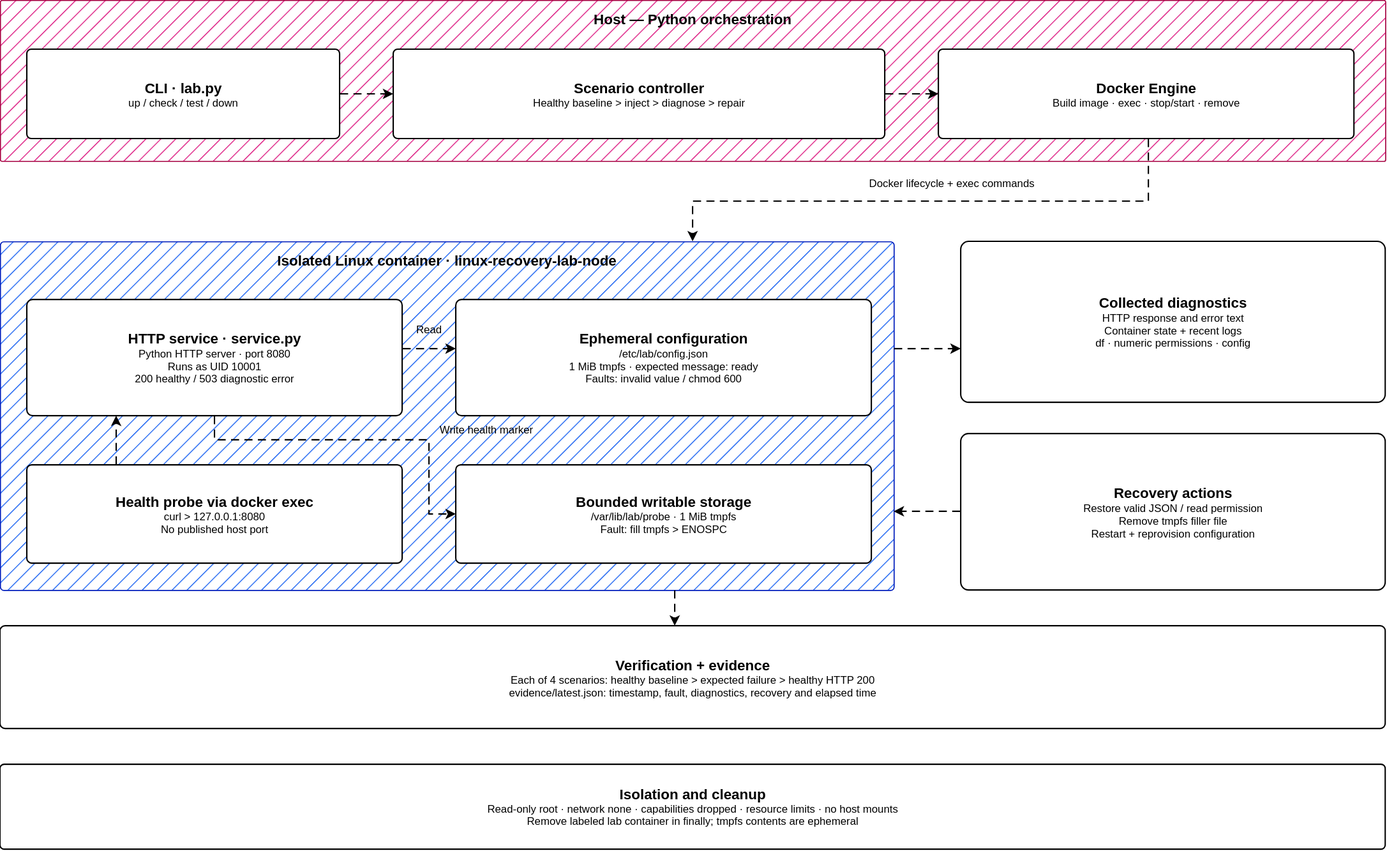
Before: docs/architecture.svg, a diagram exported from draw.io (xenonnn4w/linux-recovery-lab). Source tidied: cells renumbered, new cells last; positions are measured from the earlier drawing's top-left corner, leaving out a move shared by most shapes.
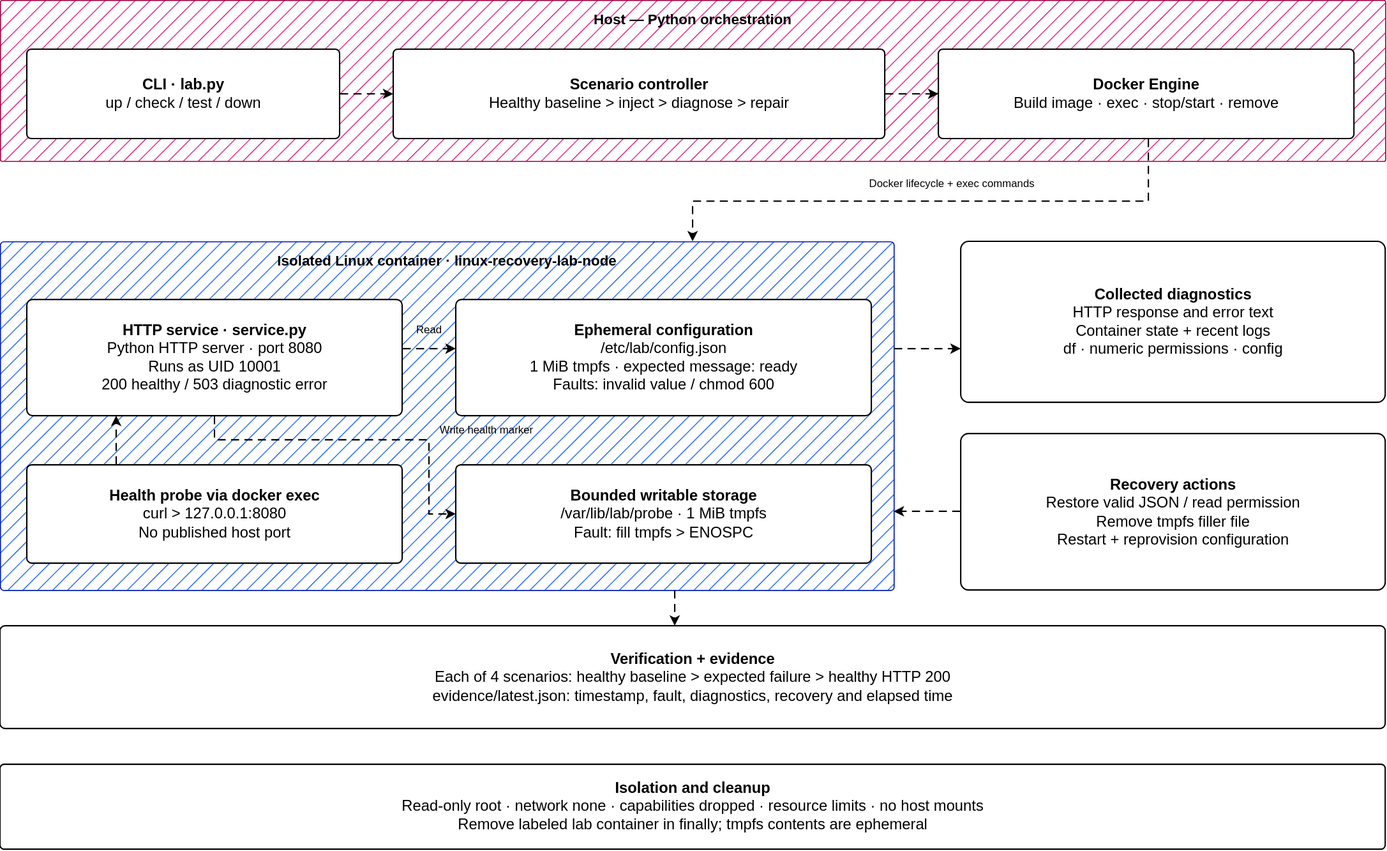
The same diagram one commit later.

Commit message:
docs: refresh Linux architecture diagram

The edit, as a diff of the source:
```diff
@@ -8,13 +8,13 @@
     <mxCell id="3" value="Host — Python orchestration" style="text;html=0;whiteSpace=wrap;verticalAlign=middle;align=center;fontStyle=1;fontFamily=Helvetica;fontColor=#000000;fontSize=16;" parent="1" vertex="1">
       <mxGeometry y="6" width="1550" height="30" as="geometry" />
     </mxCell>
-    <mxCell id="4" value="&lt;b style='font-size:16px'&gt;CLI · lab.py&lt;/b&gt;&lt;br&gt;up  /  check  /  test  /  down" style="rounded=1;arcSize=5;whiteSpace=wrap;html=1;fontFamily=Helvetica;fontColor=#000000;strokeColor=#000000;strokeWidth=1.5;fontSize=12;fillColor=#FFFFFF;lineHeight=1.5;" parent="1" vertex="1">
+    <mxCell id="4" value="&lt;font style=&quot;font-size: 17px;&quot;&gt;&lt;b style=&quot;&quot;&gt;CLI · lab.py&lt;/b&gt;&lt;br&gt;up  /  check  /  test  /  down&lt;/font&gt;" style="rounded=1;arcSize=5;whiteSpace=wrap;html=1;fontFamily=Helvetica;fontColor=#000000;strokeColor=#000000;strokeWidth=1.5;fontSize=12;fillColor=#FFFFFF;lineHeight=1.5;" parent="1" vertex="1">
       <mxGeometry x="30" y="55" width="350" height="100" as="geometry" />
     </mxCell>
-    <mxCell id="5" value="&lt;b style='font-size:16px'&gt;Scenario controller&lt;/b&gt;&lt;br&gt;Healthy baseline  &gt;  inject  &gt;  diagnose  &gt;  repair" style="rounded=1;arcSize=5;whiteSpace=wrap;html=1;fontFamily=Helvetica;fontColor=#000000;strokeColor=#000000;strokeWidth=1.5;fontSize=12;fillColor=#FFFFFF;lineHeight=1.5;" parent="1" vertex="1">
+    <mxCell id="5" value="&lt;font style=&quot;font-size: 17px;&quot;&gt;&lt;b style=&quot;&quot;&gt;Scenario controller&lt;/b&gt;&lt;br&gt;Healthy baseline  &amp;gt;  inject  &amp;gt;  diagnose  &amp;gt;  repair&lt;/font&gt;" style="rounded=1;arcSize=5;whiteSpace=wrap;html=1;fontFamily=Helvetica;fontColor=#000000;strokeColor=#000000;strokeWidth=1.5;fontSize=12;fillColor=#FFFFFF;lineHeight=1.5;" parent="1" vertex="1">
       <mxGeometry x="440" y="55" width="550" height="100" as="geometry" />
     </mxCell>
-    <mxCell id="6" value="&lt;b style='font-size:16px'&gt;Docker Engine&lt;/b&gt;&lt;br&gt;Build image · exec · stop/start · remove" style="rounded=1;arcSize=5;whiteSpace=wrap;html=1;fontFamily=Helvetica;fontColor=#000000;strokeColor=#000000;strokeWidth=1.5;fontSize=12;fillColor=#FFFFFF;lineHeight=1.5;" parent="1" vertex="1">
+    <mxCell id="6" value="&lt;font style=&quot;font-size: 17px;&quot;&gt;&lt;b style=&quot;&quot;&gt;Docker Engine&lt;/b&gt;&lt;br&gt;Build image · exec · stop/start · remove&lt;/font&gt;" style="rounded=1;arcSize=5;whiteSpace=wrap;html=1;fontFamily=Helvetica;fontColor=#000000;strokeColor=#000000;strokeWidth=1.5;fontSize=12;fillColor=#FFFFFF;lineHeight=1.5;" parent="1" vertex="1">
       <mxGeometry x="1050" y="55" width="465" height="100" as="geometry" />
     </mxCell>
     <mxCell id="7" style="edgeStyle=orthogonalEdgeStyle;rounded=0;html=1;endArrow=classic;endSize=7;strokeColor=#000000;strokeWidth=1.5;dashed=1;dashPattern=6 4;flowAnimation=1;exitX=1.00000;exitY=0.50000;exitDx=0;exitDy=0;exitPerimeter=0;entryX=0.00000;entryY=0.50000;entryDx=0;entryDy=0;entryPerimeter=0;" parent="1" edge="1" source="4" target="5">
@@ -32,16 +32,16 @@
     <mxCell id="11" value="Isolated Linux container · linux-recovery-lab-node" style="text;html=0;whiteSpace=wrap;verticalAlign=middle;align=center;fontStyle=1;fontFamily=Helvetica;fontColor=#000000;fontSize=16;" parent="1" vertex="1">
       <mxGeometry y="276" width="1000" height="30" as="geometry" />
     </mxCell>
-    <mxCell id="12" value="&lt;b style='font-size:16px'&gt;HTTP service · service.py&lt;/b&gt;&lt;br&gt;Python HTTP server · port 8080&lt;br&gt;Runs as UID 10001&lt;br&gt;200 healthy / 503 diagnostic error" style="rounded=1;arcSize=5;whiteSpace=wrap;html=1;fontFamily=Helvetica;fontColor=#000000;strokeColor=#000000;strokeWidth=1.5;fontSize=12;fillColor=#FFFFFF;lineHeight=1.5;" parent="1" vertex="1">
+    <mxCell id="12" value="&lt;font style=&quot;font-size: 17px;&quot;&gt;&lt;b style=&quot;&quot;&gt;HTTP service · service.py&lt;/b&gt;&lt;br&gt;Python HTTP server · port 8080&lt;br&gt;Runs as UID 10001&lt;br&gt;200 healthy / 503 diagnostic error&lt;/font&gt;" style="rounded=1;arcSize=5;whiteSpace=wrap;html=1;fontFamily=Helvetica;fontColor=#000000;strokeColor=#000000;strokeWidth=1.5;fontSize=12;fillColor=#FFFFFF;lineHeight=1.5;" parent="1" vertex="1">
       <mxGeometry x="30" y="335" width="420" height="130" as="geometry" />
     </mxCell>
-    <mxCell id="13" value="&lt;b style='font-size:16px'&gt;Ephemeral configuration&lt;/b&gt;&lt;br&gt;/etc/lab/config.json&lt;br&gt;1 MiB tmpfs · expected message: ready&lt;br&gt;Faults: invalid value / chmod 600" style="rounded=1;arcSize=5;whiteSpace=wrap;html=1;fontFamily=Helvetica;fontColor=#000000;strokeColor=#000000;strokeWidth=1.5;fontSize=12;fillColor=#FFFFFF;lineHeight=1.5;" parent="1" vertex="1">
+    <mxCell id="13" value="&lt;font style=&quot;font-size: 17px;&quot;&gt;&lt;b style=&quot;&quot;&gt;Ephemeral configuration&lt;/b&gt;&lt;br&gt;/etc/lab/config.json&lt;br&gt;1 MiB tmpfs · expected message: ready&lt;br&gt;Faults: invalid value / chmod 600&lt;/font&gt;" style="rounded=1;arcSize=5;whiteSpace=wrap;html=1;fontFamily=Helvetica;fontColor=#000000;strokeColor=#000000;strokeWidth=1.5;fontSize=12;fillColor=#FFFFFF;lineHeight=1.5;" parent="1" vertex="1">
       <mxGeometry x="510" y="335" width="465" height="130" as="geometry" />
     </mxCell>
-    <mxCell id="14" value="&lt;b style='font-size:16px'&gt;Health probe via docker exec&lt;/b&gt;&lt;br&gt;curl  &gt;  127.0.0.1:8080&lt;br&gt;No published host port" style="rounded=1;arcSize=5;whiteSpace=wrap;html=1;fontFamily=Helvetica;fontColor=#000000;strokeColor=#000000;strokeWidth=1.5;fontSize=12;fillColor=#FFFFFF;lineHeight=1.5;" parent="1" vertex="1">
+    <mxCell id="14" value="&lt;font style=&quot;font-size: 17px;&quot;&gt;&lt;b style=&quot;&quot;&gt;Health probe via docker exec&lt;/b&gt;&lt;br&gt;curl  &amp;gt;  127.0.0.1:8080&lt;br&gt;No published host port&lt;/font&gt;" style="rounded=1;arcSize=5;whiteSpace=wrap;html=1;fontFamily=Helvetica;fontColor=#000000;strokeColor=#000000;strokeWidth=1.5;fontSize=12;fillColor=#FFFFFF;lineHeight=1.5;" parent="1" vertex="1">
       <mxGeometry x="30" y="520" width="420" height="110" as="geometry" />
     </mxCell>
-    <mxCell id="15" value="&lt;b style='font-size:16px'&gt;Bounded writable storage&lt;/b&gt;&lt;br&gt;/var/lib/lab/probe · 1 MiB tmpfs&lt;br&gt;Fault: fill tmpfs  &gt;  ENOSPC" style="rounded=1;arcSize=5;whiteSpace=wrap;html=1;fontFamily=Helvetica;fontColor=#000000;strokeColor=#000000;strokeWidth=1.5;fontSize=12;fillColor=#FFFFFF;lineHeight=1.5;" parent="1" vertex="1">
+    <mxCell id="15" value="&lt;font style=&quot;font-size: 17px;&quot;&gt;&lt;b style=&quot;&quot;&gt;Bounded writable storage&lt;/b&gt;&lt;br&gt;/var/lib/lab/probe · 1 MiB tmpfs&lt;br&gt;Fault: fill tmpfs  &amp;gt;  ENOSPC&lt;/font&gt;" style="rounded=1;arcSize=5;whiteSpace=wrap;html=1;fontFamily=Helvetica;fontColor=#000000;strokeColor=#000000;strokeWidth=1.5;fontSize=12;fillColor=#FFFFFF;lineHeight=1.5;" parent="1" vertex="1">
       <mxGeometry x="510" y="520" width="465" height="110" as="geometry" />
     </mxCell>
     <mxCell id="16" style="edgeStyle=orthogonalEdgeStyle;rounded=0;html=1;endArrow=classic;endSize=7;strokeColor=#000000;strokeWidth=1.5;dashed=1;dashPattern=6 4;flowAnimation=1;exitX=1.00000;exitY=0.42308;exitDx=0;exitDy=0;exitPerimeter=0;entryX=0.00000;entryY=0.42308;entryDx=0;entryDy=0;entryPerimeter=0;" parent="1" edge="1" source="12" target="13">
@@ -73,10 +73,10 @@
         </Array>
       </mxGeometry>
     </mxCell>
-    <mxCell id="22" value="&lt;b style='font-size:16px'&gt;Collected diagnostics&lt;/b&gt;&lt;br&gt;HTTP response and error text&lt;br&gt;Container state + recent logs&lt;br&gt;df · numeric permissions · config" style="rounded=1;arcSize=5;whiteSpace=wrap;html=1;fontFamily=Helvetica;fontColor=#000000;strokeColor=#000000;strokeWidth=1.5;fontSize=12;fillColor=#FFFFFF;lineHeight=1.5;" parent="1" vertex="1">
+    <mxCell id="22" value="&lt;font style=&quot;font-size: 17px;&quot;&gt;&lt;b style=&quot;&quot;&gt;Collected diagnostics&lt;/b&gt;&lt;br&gt;HTTP response and error text&lt;br&gt;Container state + recent logs&lt;br&gt;df · numeric permissions · config&lt;/font&gt;" style="rounded=1;arcSize=5;whiteSpace=wrap;html=1;fontFamily=Helvetica;fontColor=#000000;strokeColor=#000000;strokeWidth=1.5;fontSize=12;fillColor=#FFFFFF;lineHeight=1.5;" parent="1" vertex="1">
       <mxGeometry x="1075" y="270" width="475" height="180" as="geometry" />
     </mxCell>
-    <mxCell id="23" value="&lt;b style='font-size:16px'&gt;Recovery actions&lt;/b&gt;&lt;br&gt;Restore valid JSON / read permission&lt;br&gt;Remove tmpfs filler file&lt;br&gt;Restart + reprovision configuration" style="rounded=1;arcSize=5;whiteSpace=wrap;html=1;fontFamily=Helvetica;fontColor=#000000;strokeColor=#000000;strokeWidth=1.5;fontSize=12;fillColor=#FFFFFF;lineHeight=1.5;" parent="1" vertex="1">
+    <mxCell id="23" value="&lt;font style=&quot;font-size: 17px;&quot;&gt;&lt;b style=&quot;&quot;&gt;Recovery actions&lt;/b&gt;&lt;br&gt;Restore valid JSON / read permission&lt;br&gt;Remove tmpfs filler file&lt;br&gt;Restart + reprovision configuration&lt;/font&gt;" style="rounded=1;arcSize=5;whiteSpace=wrap;html=1;fontFamily=Helvetica;fontColor=#000000;strokeColor=#000000;strokeWidth=1.5;fontSize=12;fillColor=#FFFFFF;lineHeight=1.5;" parent="1" vertex="1">
       <mxGeometry x="1075" y="485" width="475" height="175" as="geometry" />
     </mxCell>
     <mxCell id="24" style="edgeStyle=orthogonalEdgeStyle;rounded=0;html=1;endArrow=classic;endSize=7;strokeColor=#000000;strokeWidth=1.5;dashed=1;dashPattern=6 4;flowAnimation=1;exitX=1.00000;exitY=0.30769;exitDx=0;exitDy=0;exitPerimeter=0;entryX=0.00000;entryY=0.66667;entryDx=0;entryDy=0;entryPerimeter=0;" parent="1" edge="1" source="10" target="22">
@@ -85,13 +85,13 @@
     <mxCell id="25" style="edgeStyle=orthogonalEdgeStyle;rounded=0;html=1;endArrow=classic;endSize=7;strokeColor=#000000;strokeWidth=1.5;dashed=1;dashPattern=6 4;flowAnimation=1;exitX=0.00000;exitY=0.49714;exitDx=0;exitDy=0;exitPerimeter=0;entryX=1.00000;entryY=0.77436;entryDx=0;entryDy=0;entryPerimeter=0;" parent="1" edge="1" source="23" target="10">
       <mxGeometry relative="1" as="geometry" />
     </mxCell>
-    <mxCell id="26" value="&lt;b style='font-size:16px'&gt;Verification + evidence&lt;/b&gt;&lt;br&gt;Each of 4 scenarios: healthy baseline  &gt;  expected failure  &gt;  healthy HTTP 200&lt;br&gt;evidence/latest.json: timestamp, fault, diagnostics, recovery and elapsed time" style="rounded=1;arcSize=5;whiteSpace=wrap;html=1;fontFamily=Helvetica;fontColor=#000000;strokeColor=#000000;strokeWidth=1.5;fontSize=12;fillColor=none;lineHeight=1.5;" parent="1" vertex="1">
+    <mxCell id="26" value="&lt;font style=&quot;font-size: 17px;&quot;&gt;&lt;b style=&quot;&quot;&gt;Verification + evidence&lt;/b&gt;&lt;br&gt;Each of 4 scenarios: healthy baseline  &amp;gt;  expected failure  &amp;gt;  healthy HTTP 200&lt;br&gt;evidence/latest.json: timestamp, fault, diagnostics, recovery and elapsed time&lt;/font&gt;" style="rounded=1;arcSize=5;whiteSpace=wrap;html=1;fontFamily=Helvetica;fontColor=#000000;strokeColor=#000000;strokeWidth=1.5;fontSize=12;fillColor=none;lineHeight=1.5;" parent="1" vertex="1">
       <mxGeometry y="700" width="1550" height="115" as="geometry" />
     </mxCell>
     <mxCell id="27" style="edgeStyle=orthogonalEdgeStyle;rounded=0;html=1;endArrow=classic;endSize=7;strokeColor=#000000;strokeWidth=1.5;dashed=1;dashPattern=6 4;flowAnimation=1;exitX=0.75500;exitY=1.00000;exitDx=0;exitDy=0;exitPerimeter=0;entryX=0.48710;entryY=0.00000;entryDx=0;entryDy=0;entryPerimeter=0;" parent="1" edge="1" source="10" target="26">
       <mxGeometry relative="1" as="geometry" />
     </mxCell>
-    <mxCell id="28" value="&lt;b style='font-size:16px'&gt;Isolation and cleanup&lt;/b&gt;&lt;br&gt;Read-only root · network none · capabilities dropped · resource limits · no host mounts&lt;br&gt;Remove labeled lab container in finally; tmpfs contents are ephemeral" style="rounded=1;arcSize=5;whiteSpace=wrap;html=1;fontFamily=Helvetica;fontColor=#000000;strokeColor=#000000;strokeWidth=1.5;fontSize=12;fillColor=none;lineHeight=1.5;" parent="1" vertex="1">
+    <mxCell id="28" value="&lt;font style=&quot;font-size: 17px;&quot;&gt;&lt;b style=&quot;&quot;&gt;Isolation and cleanup&lt;/b&gt;&lt;br&gt;Read-only root · network none · capabilities dropped · resource limits · no host mounts&lt;br&gt;Remove labeled lab container in finally; tmpfs contents are ephemeral&lt;/font&gt;" style="rounded=1;arcSize=5;whiteSpace=wrap;html=1;fontFamily=Helvetica;fontColor=#000000;strokeColor=#000000;strokeWidth=1.5;fontSize=12;fillColor=none;lineHeight=1.5;" parent="1" vertex="1">
       <mxGeometry y="855" width="1550" height="95" as="geometry" />
     </mxCell>
   </root>
```
